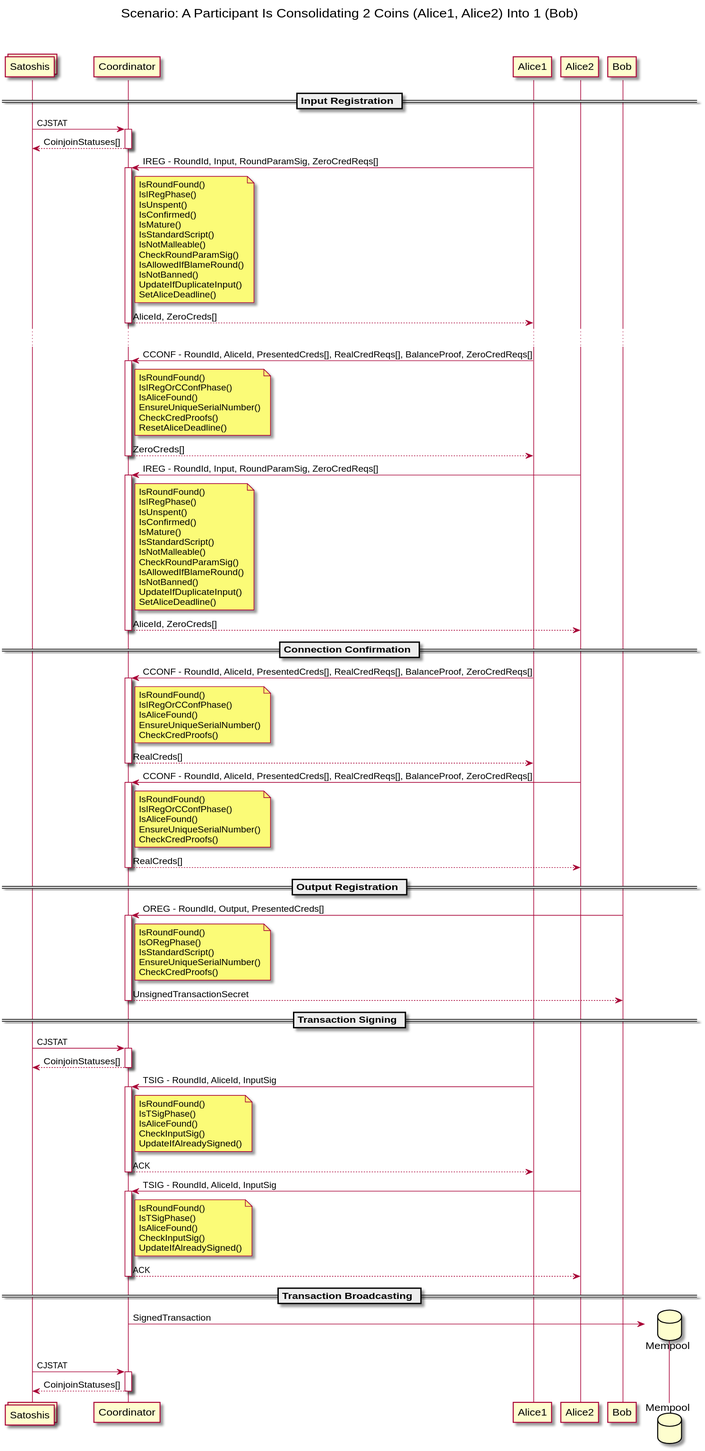
WalletWasabi/WabiSabi keeps this PlantUML diagram as diagrams/interaction_diagram.svg. Above is the earlier version.
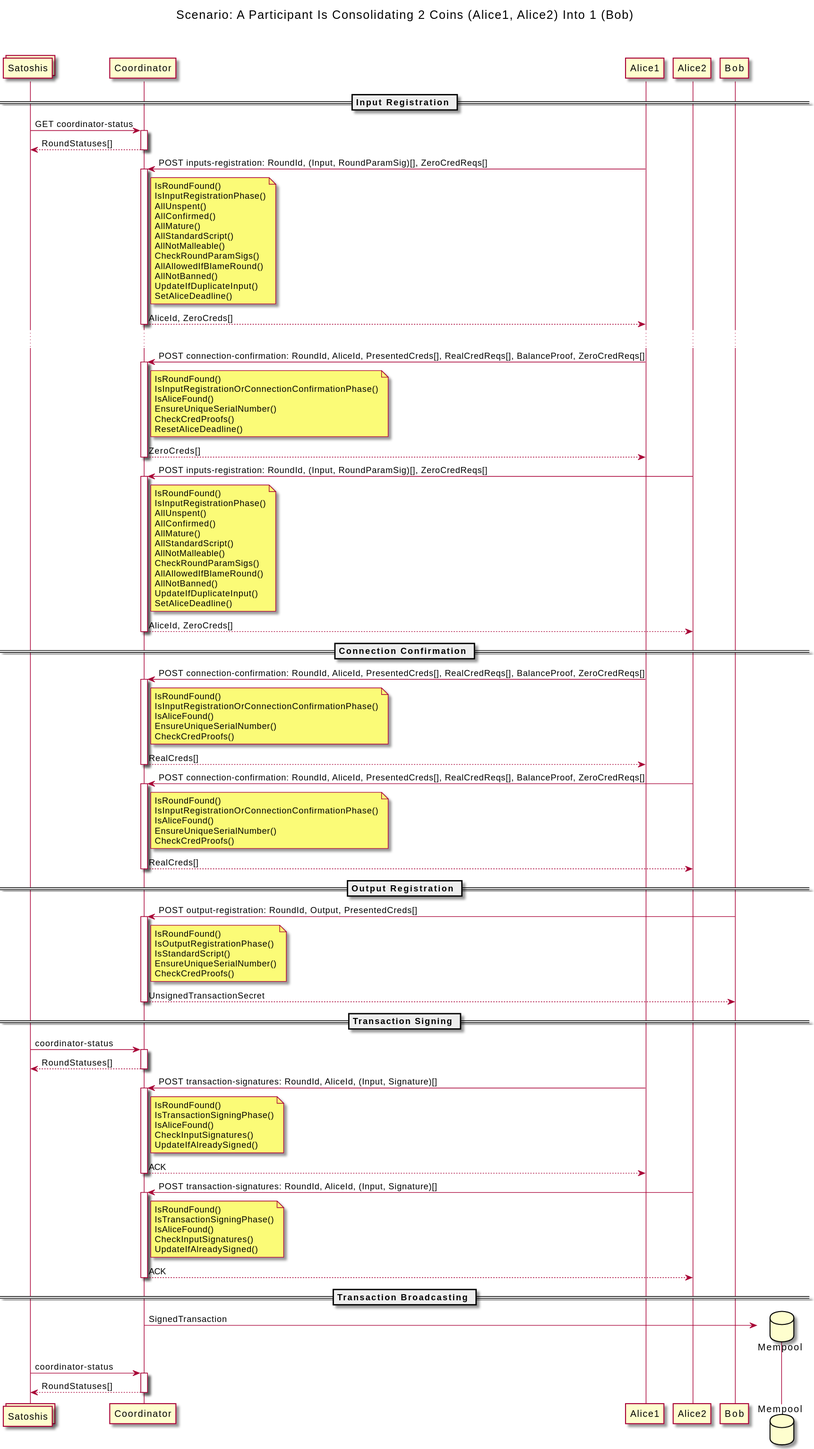
Later version of the same file.

Change to the diagram source:
```diff
@@ -10,31 +10,31 @@
 
 == Input Registration ==
 
-Satoshis -> Coordinator ++ : CJSTAT
-return CoinjoinStatuses[]
+Satoshis -> Coordinator ++ : GET coordinator-status
+return RoundStatuses[]
 
-Alice1 -> Coordinator ++: IREG - RoundId, Input, RoundParamSig, ZeroCredReqs[]
+Alice1 -> Coordinator ++: POST inputs-registration: RoundId, (Input, RoundParamSig)[], ZeroCredReqs[]
 note right of Coordinator
     IsRoundFound()
-    IsIRegPhase()
-    IsUnspent()
-    IsConfirmed()
-    IsMature()
-    IsStandardScript()
-    IsNotMalleable()
-    CheckRoundParamSig()
-    IsAllowedIfBlameRound()
-    IsNotBanned()
+    IsInputRegistrationPhase()
+    AllUnspent()
+    AllConfirmed()
+    AllMature()
+    AllStandardScript()
+    AllNotMalleable()
+    CheckRoundParamSigs()
+    AllAllowedIfBlameRound()
+    AllNotBanned()
     UpdateIfDuplicateInput()
     SetAliceDeadline()
 end note
 return AliceId, ZeroCreds[]
 ...
 
-Alice1 -> Coordinator ++: CCONF - RoundId, AliceId, PresentedCreds[], RealCredReqs[], BalanceProof, ZeroCredReqs[]
+Alice1 -> Coordinator ++: POST connection-confirmation: RoundId, AliceId, PresentedCreds[], RealCredReqs[], BalanceProof, ZeroCredReqs[]
 note right of Coordinator
     IsRoundFound()
-    IsIRegOrCConfPhase()
+    IsInputRegistrationOrConnectionConfirmationPhase()
     IsAliceFound()
     EnsureUniqueSerialNumber()
     CheckCredProofs()
@@ -42,18 +42,18 @@
 end note
 return ZeroCreds[]
 
-Alice2 -> Coordinator ++: IREG - RoundId, Input, RoundParamSig, ZeroCredReqs[]
+Alice2 -> Coordinator ++: POST inputs-registration: RoundId, (Input, RoundParamSig)[], ZeroCredReqs[]
 note right of Coordinator
     IsRoundFound()
-    IsIRegPhase()
-    IsUnspent()
-    IsConfirmed()
-    IsMature()
-    IsStandardScript()
-    IsNotMalleable()
-    CheckRoundParamSig()
-    IsAllowedIfBlameRound()
-    IsNotBanned()
+    IsInputRegistrationPhase()
+    AllUnspent()
+    AllConfirmed()
+    AllMature()
+    AllStandardScript()
+    AllNotMalleable()
+    CheckRoundParamSigs()
+    AllAllowedIfBlameRound()
+    AllNotBanned()
     UpdateIfDuplicateInput()
     SetAliceDeadline()
 end note
@@ -61,20 +61,20 @@
 
 == Connection Confirmation ==
 
-Alice1 -> Coordinator ++: CCONF - RoundId, AliceId, PresentedCreds[], RealCredReqs[], BalanceProof, ZeroCredReqs[]
+Alice1 -> Coordinator ++: POST connection-confirmation: RoundId, AliceId, PresentedCreds[], RealCredReqs[], BalanceProof, ZeroCredReqs[]
 note right of Coordinator
     IsRoundFound()
-    IsIRegOrCConfPhase()
+    IsInputRegistrationOrConnectionConfirmationPhase()
     IsAliceFound()
     EnsureUniqueSerialNumber()
     CheckCredProofs()
 end note
 return RealCreds[]
 
-Alice2 -> Coordinator ++: CCONF - RoundId, AliceId, PresentedCreds[], RealCredReqs[], BalanceProof, ZeroCredReqs[]
+Alice2 -> Coordinator ++: POST connection-confirmation: RoundId, AliceId, PresentedCreds[], RealCredReqs[], BalanceProof, ZeroCredReqs[]
 note right of Coordinator
     IsRoundFound()
-    IsIRegOrCConfPhase()
+    IsInputRegistrationOrConnectionConfirmationPhase()
     IsAliceFound()
     EnsureUniqueSerialNumber()
     CheckCredProofs()
@@ -83,10 +83,10 @@
 
 == Output Registration ==
 
-Bob -> Coordinator ++: OREG - RoundId, Output, PresentedCreds[]
+Bob -> Coordinator ++: POST output-registration: RoundId, Output, PresentedCreds[]
 note right of Coordinator
     IsRoundFound()
-    IsORegPhase()
+    IsOutputRegistrationPhase()
     IsStandardScript()
     EnsureUniqueSerialNumber()
     CheckCredProofs()
@@ -95,25 +95,25 @@
 
 == Transaction Signing ==
 
-Satoshis -> Coordinator ++ : CJSTAT
-return CoinjoinStatuses[]
+Satoshis -> Coordinator ++ : coordinator-status
+return RoundStatuses[]
 
-Alice1 -> Coordinator ++: TSIG - RoundId, AliceId, InputSig
+Alice1 -> Coordinator ++: POST transaction-signatures: RoundId, AliceId, (Input, Signature)[]
 note right of Coordinator
     IsRoundFound()
-    IsTSigPhase()
+    IsTransactionSigningPhase()
     IsAliceFound()
-    CheckInputSig()
+    CheckInputSignatures()
     UpdateIfAlreadySigned()
 end note
 return ACK
 
-Alice2 -> Coordinator ++: TSIG - RoundId, AliceId, InputSig
+Alice2 -> Coordinator ++: POST transaction-signatures: RoundId, AliceId, (Input, Signature)[]
 note right of Coordinator
     IsRoundFound()
-    IsTSigPhase()
+    IsTransactionSigningPhase()
     IsAliceFound()
-    CheckInputSig()
+    CheckInputSignatures()
     UpdateIfAlreadySigned()
 end note
 return ACK
@@ -122,6 +122,6 @@
 
 Coordinator -> Mempool**  : SignedTransaction
 
-Satoshis -> Coordinator ++ : CJSTAT
-return CoinjoinStatuses[]
+Satoshis -> Coordinator ++ : coordinator-status
+return RoundStatuses[]
 @enduml
```
